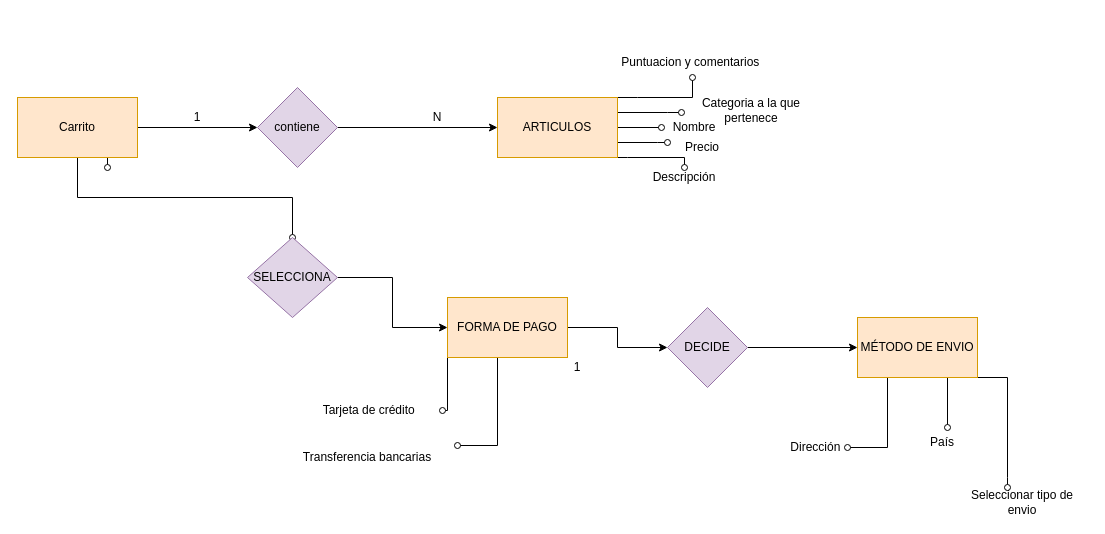
maytediaz98/trabajo-grupal keeps this draw.io diagram as Untitled Diagram.drawio. Above is the earlier version. Source tidied: cells renumbered, new cells numbered last; positions are measured from the earlier drawing's top-left corner, leaving out a move shared by most shapes. Both pictures are drawn from the tidied source at 100%, with x=0, y=0 at pixel (17, 47).
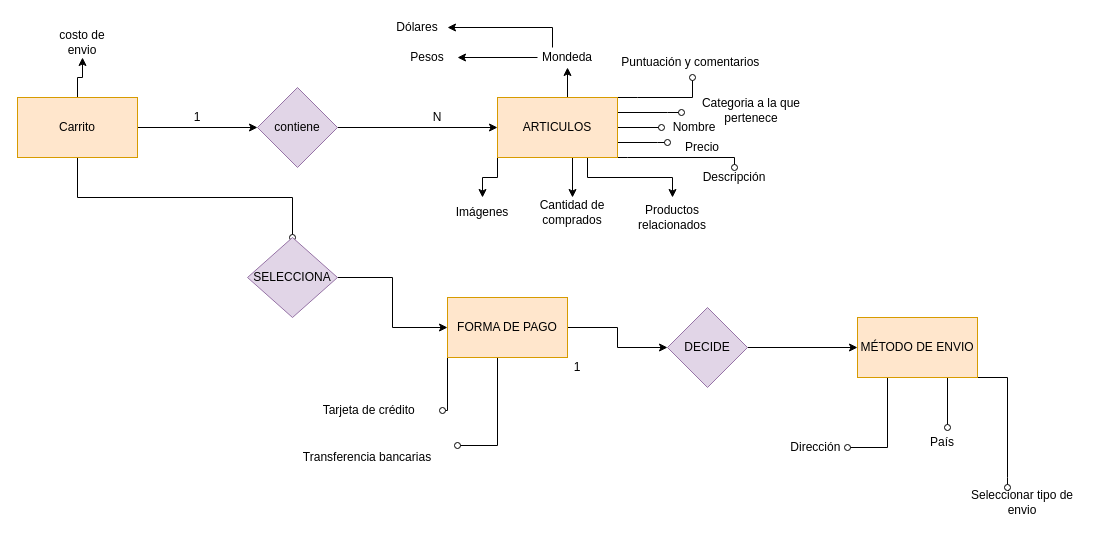
After the change.

Commit message:
diagrama entrega 1

Unchanged cells that the change refers to:
```xml
<mxCell id="5" value="Carrito" style="rounded=0;whiteSpace=wrap;html=1;fillColor=#ffe6cc;strokeColor=#d79b00;" parent="1" vertex="1">
  <mxGeometry y="50" width="120" height="60" as="geometry" />
</mxCell>
<mxCell id="13" value="ARTICULOS" style="whiteSpace=wrap;html=1;rounded=0;fillColor=#ffe6cc;strokeColor=#d79b00;" parent="1" vertex="1">
  <mxGeometry x="480" y="50" width="120" height="60" as="geometry" />
</mxCell>
```

The edit, as a diff of the source:
```diff
@@
-    <mxCell id="3" style="edgeStyle=orthogonalEdgeStyle;rounded=0;jettySize=auto;html=1;exitX=0.5;exitY=1;exitDx=0;exitDy=0;endArrow=oval;endFill=0;" parent="1" edge="1" source="5">
-      <mxGeometry relative="1" as="geometry">
-        <mxPoint x="90" y="120" as="targetPoint" />
-      </mxGeometry>
-    </mxCell>
@@
+    <mxCell id="39" style="edgeStyle=orthogonalEdgeStyle;rounded=0;jettySize=auto;html=1;exitX=0.5;exitY=0;exitDx=0;exitDy=0;" parent="1" edge="1" source="5" target="44">
+      <mxGeometry relative="1" as="geometry" />
+    </mxCell>
@@
+    <mxCell id="40" style="edgeStyle=orthogonalEdgeStyle;rounded=0;jettySize=auto;html=1;exitX=0.5;exitY=0;exitDx=0;exitDy=0;" parent="1" edge="1" source="13" target="47">
+      <mxGeometry relative="1" as="geometry">
+        <Array as="points">
+          <mxPoint x="550" y="50" />
+        </Array>
+      </mxGeometry>
+    </mxCell>
+    <mxCell id="41" style="edgeStyle=orthogonalEdgeStyle;rounded=0;jettySize=auto;html=1;exitX=0.5;exitY=1;exitDx=0;exitDy=0;" parent="1" edge="1" source="13" target="50">
+      <mxGeometry relative="1" as="geometry">
+        <Array as="points">
+          <mxPoint x="555" y="110" />
+        </Array>
+      </mxGeometry>
+    </mxCell>
+    <mxCell id="42" style="edgeStyle=orthogonalEdgeStyle;rounded=0;jettySize=auto;html=1;exitX=0;exitY=1;exitDx=0;exitDy=0;" parent="1" edge="1" source="13" target="51">
+      <mxGeometry relative="1" as="geometry" />
+    </mxCell>
+    <mxCell id="43" style="edgeStyle=orthogonalEdgeStyle;rounded=0;jettySize=auto;html=1;exitX=0.75;exitY=1;exitDx=0;exitDy=0;" parent="1" edge="1" source="13" target="52">
+      <mxGeometry relative="1" as="geometry" />
+    </mxCell>
@@
     <mxCell id="27" value="Descripción" style="text;html=1;strokeColor=none;fillColor=none;align=center;verticalAlign=middle;whiteSpace=wrap;rounded=0;" parent="1" vertex="1">
-      <mxGeometry x="634" y="120" width="66" height="20" as="geometry" />
+      <mxGeometry x="684" y="120" width="66" height="20" as="geometry" />
     </mxCell>
@@
-    <mxCell id="29" value="Puntuacion y comentarios&amp;nbsp;" style="text;html=1;strokeColor=none;fillColor=none;align=center;verticalAlign=middle;whiteSpace=wrap;rounded=0;" parent="1" vertex="1">
+    <mxCell id="29" value="Puntuación y comentarios&amp;nbsp;" style="text;html=1;strokeColor=none;fillColor=none;align=center;verticalAlign=middle;whiteSpace=wrap;rounded=0;" parent="1" vertex="1">
       <mxGeometry x="600" width="150" height="30" as="geometry" />
     </mxCell>
@@
+    <mxCell id="44" value="costo de envio" style="text;html=1;strokeColor=none;fillColor=none;align=center;verticalAlign=middle;whiteSpace=wrap;rounded=0;" parent="1" vertex="1">
+      <mxGeometry x="40" y="-20" width="50" height="30" as="geometry" />
+    </mxCell>
+    <mxCell id="45" style="edgeStyle=orthogonalEdgeStyle;rounded=0;jettySize=auto;html=1;" parent="1" edge="1" source="47" target="48">
+      <mxGeometry relative="1" as="geometry" />
+    </mxCell>
+    <mxCell id="46" style="edgeStyle=orthogonalEdgeStyle;rounded=0;jettySize=auto;html=1;exitX=0.25;exitY=0;exitDx=0;exitDy=0;" parent="1" edge="1" source="47" target="49">
+      <mxGeometry relative="1" as="geometry">
+        <Array as="points">
+          <mxPoint x="535" y="-20" />
+        </Array>
+      </mxGeometry>
+    </mxCell>
+    <mxCell id="47" value="Mondeda" style="text;html=1;strokeColor=none;fillColor=none;align=center;verticalAlign=middle;whiteSpace=wrap;rounded=0;" parent="1" vertex="1">
+      <mxGeometry x="520" width="60" height="20" as="geometry" />
+    </mxCell>
+    <mxCell id="48" value="Pesos" style="text;html=1;strokeColor=none;fillColor=none;align=center;verticalAlign=middle;whiteSpace=wrap;rounded=0;" parent="1" vertex="1">
+      <mxGeometry x="380" width="60" height="20" as="geometry" />
+    </mxCell>
+    <mxCell id="49" value="Dólares" style="text;html=1;strokeColor=none;fillColor=none;align=center;verticalAlign=middle;whiteSpace=wrap;rounded=0;" parent="1" vertex="1">
+      <mxGeometry x="370" y="-30" width="60" height="20" as="geometry" />
+    </mxCell>
+    <mxCell id="50" value="Cantidad de comprados" style="text;html=1;strokeColor=none;fillColor=none;align=center;verticalAlign=middle;whiteSpace=wrap;rounded=0;" parent="1" vertex="1">
+      <mxGeometry x="520" y="150" width="70" height="30" as="geometry" />
+    </mxCell>
+    <mxCell id="51" value="Imágenes" style="text;html=1;strokeColor=none;fillColor=none;align=center;verticalAlign=middle;whiteSpace=wrap;rounded=0;" parent="1" vertex="1">
+      <mxGeometry x="430" y="150" width="70" height="30" as="geometry" />
+    </mxCell>
+    <mxCell id="52" value="Productos relacionados" style="text;html=1;strokeColor=none;fillColor=none;align=center;verticalAlign=middle;whiteSpace=wrap;rounded=0;" parent="1" vertex="1">
+      <mxGeometry x="610" y="150" width="90" height="40" as="geometry" />
+    </mxCell>
```
